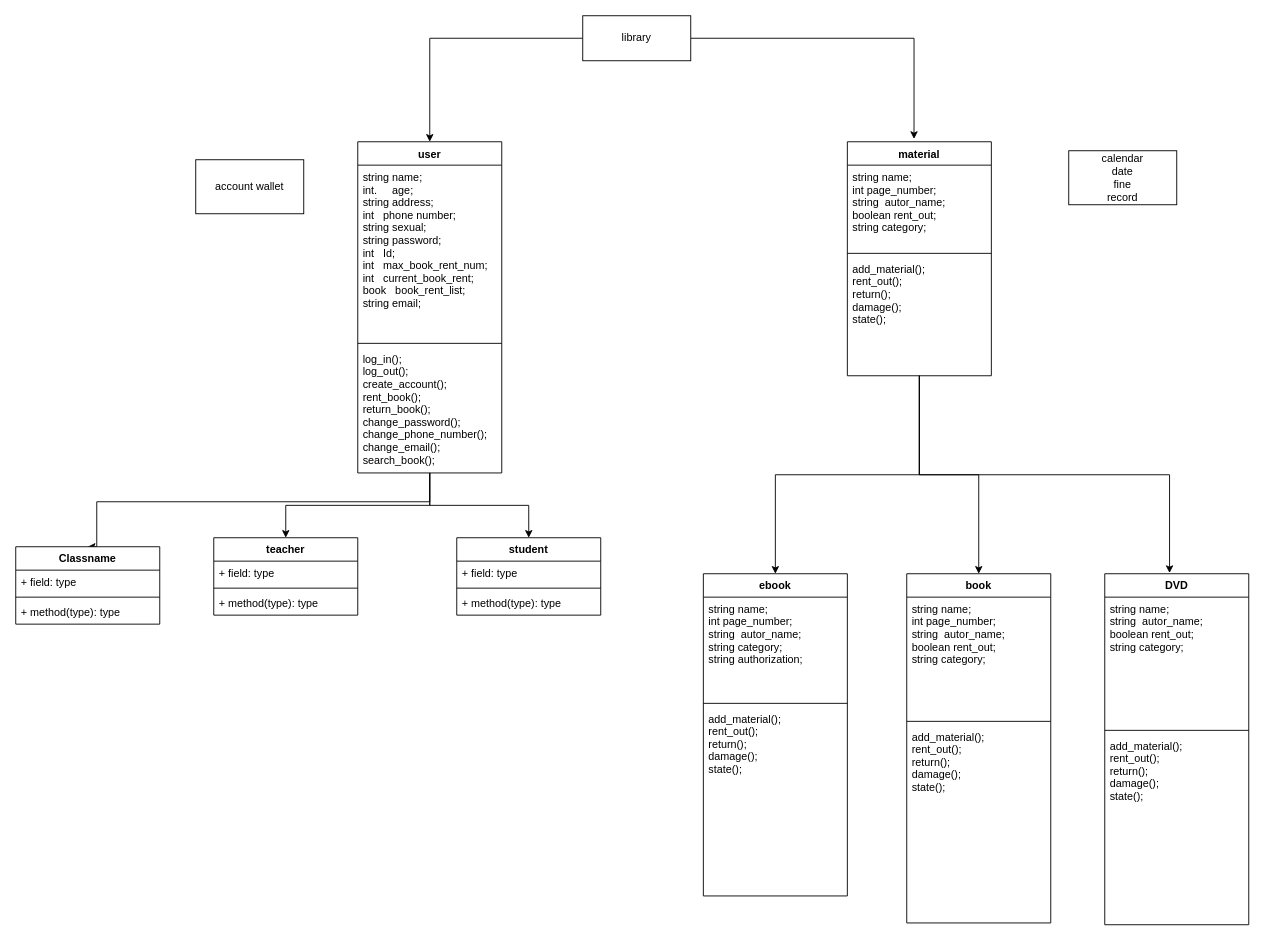
This is project class diagram.drawio from s2-oop-project/oop, a draw.io file, before an edit. Source tidied: cells renumbered, new cells numbered last; positions are measured from the earlier drawing's top-left corner, leaving out a move shared by most shapes. Both pictures are drawn from the tidied source at 90%, with x=0, y=0 at pixel (15, 15).
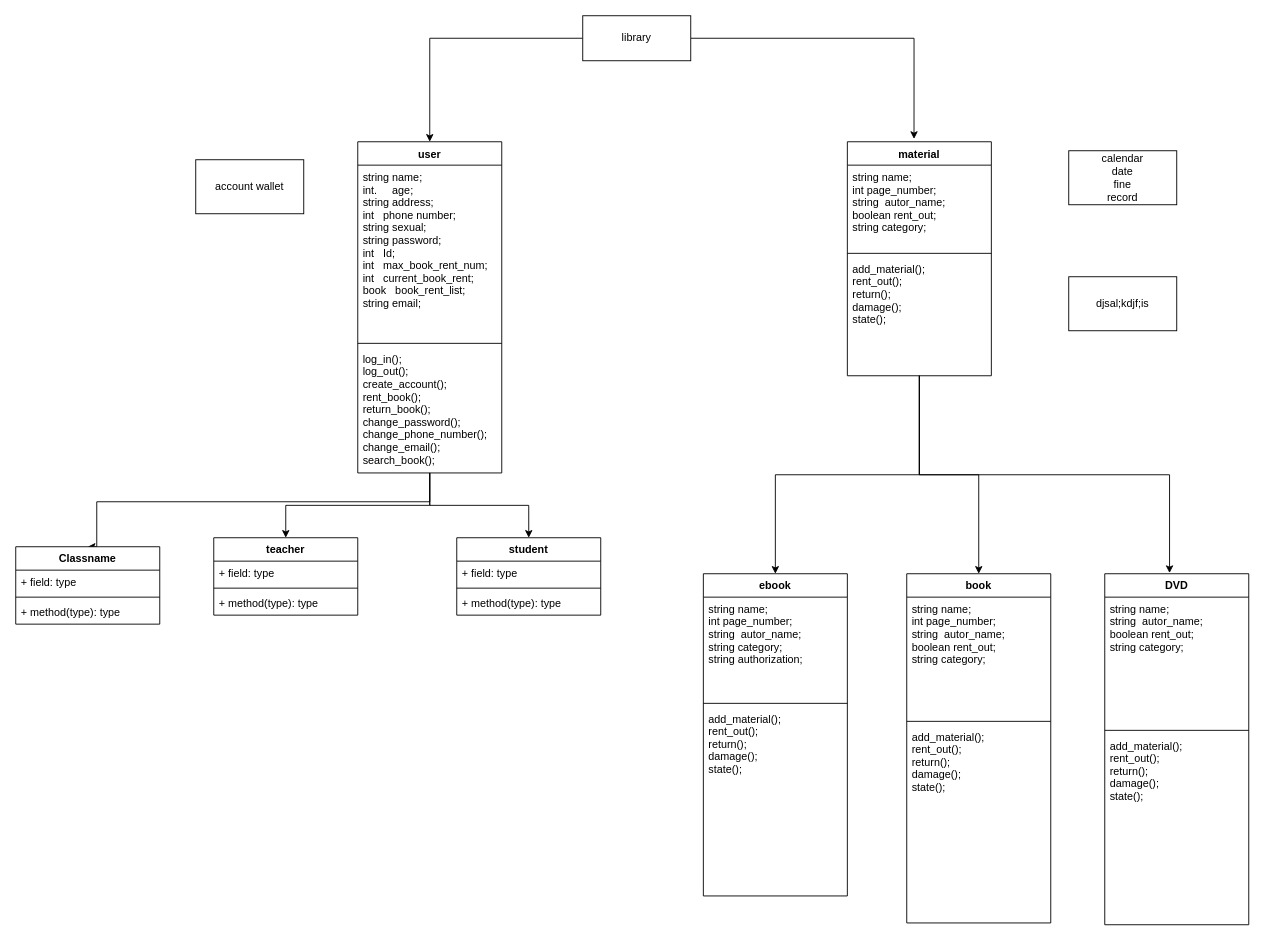
The same page after the edit.

Diff of the diagram source:
```diff
@@
+    <mxCell id="45" value="djsal;kdjf;is" style="rounded=0;whiteSpace=wrap;html=1;" parent="1" vertex="1">
+      <mxGeometry x="1170" y="290" width="120" height="60" as="geometry" />
+    </mxCell>
```
